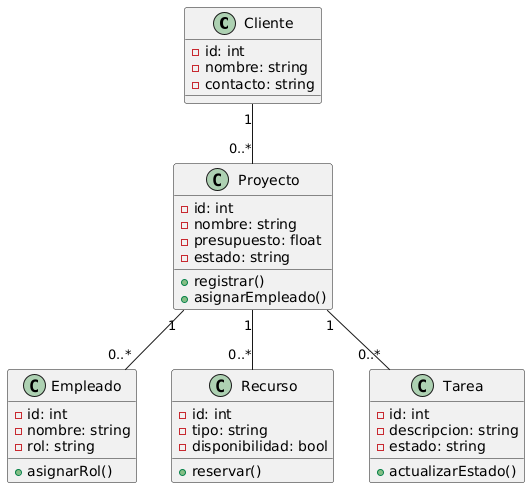
Before: diseño1.png, a diagram exported from PlantUML (santimarM/SistemaProductoraVideos). Its diagram source:
```plantuml
@startuml
class Cliente {
  -id: int
  -nombre: string
  -contacto: string
}

class Proyecto {
  -id: int
  -nombre: string
  -presupuesto: float
  -estado: string
  +registrar()
  +asignarEmpleado()
}

class Empleado {
  -id: int
  -nombre: string
  -rol: string
  +asignarRol()
}

class Recurso {
  -id: int
  -tipo: string
  -disponibilidad: bool
  +reservar()
}

class Tarea {
  -id: int
  -descripcion: string
  -estado: string
  +actualizarEstado()
}

Cliente "1" -- "0..*" Proyecto
Proyecto "1" -- "0..*" Empleado
Proyecto "1" -- "0..*" Tarea
Proyecto "1" -- "0..*" Recurso
@enduml
```
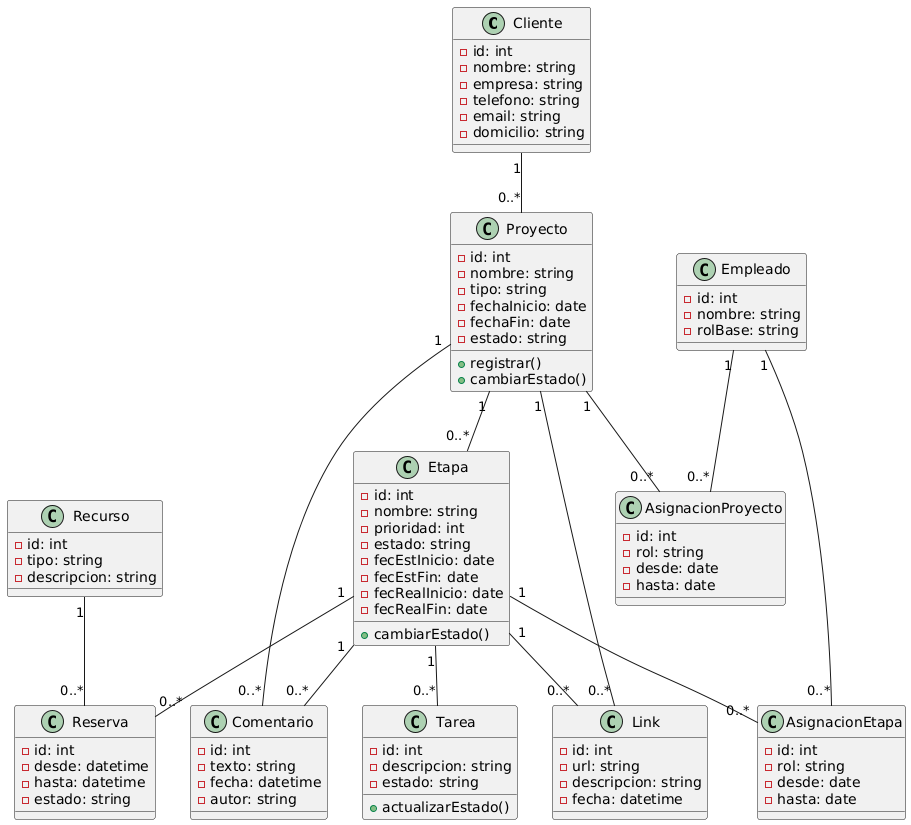
Above is the later version.

The edit, as a diff of the source:
```diff
@@ -2,30 +2,35 @@
 class Cliente {
   -id: int
   -nombre: string
-  -contacto: string
+  -empresa: string
+  -telefono: string
+  -email: string
+  -domicilio: string
 }
+
 
 class Proyecto {
   -id: int
   -nombre: string
-  -presupuesto: float
+  -tipo: string
+  -fechaInicio: date
+  -fechaFin: date
   -estado: string
   +registrar()
-  +asignarEmpleado()
+  +cambiarEstado()
 }
 
-class Empleado {
+
+class Etapa {
   -id: int
   -nombre: string
-  -rol: string
-  +asignarRol()
-}
-
-class Recurso {
-  -id: int
-  -tipo: string
-  -disponibilidad: bool
-  +reservar()
+  -prioridad: int
+  -estado: string
+  -fecEstInicio: date
+  -fecEstFin: date
+  -fecRealInicio: date
+  -fecRealFin: date
+  +cambiarEstado()
 }
 
 class Tarea {
@@ -35,8 +40,79 @@
   +actualizarEstado()
 }
 
+
+class Recurso {
+  -id: int
+  -tipo: string
+  -descripcion: string
+}
+
+class Reserva {
+  -id: int
+  -desde: datetime
+  -hasta: datetime
+  -estado: string
+}
+
+
+class Empleado {
+  -id: int
+  -nombre: string
+  -rolBase: string
+}
+
+class AsignacionProyecto {
+  -id: int
+  -rol: string
+  -desde: date
+  -hasta: date
+}
+
+
+class Comentario {
+  -id: int
+  -texto: string
+  -fecha: datetime
+  -autor: string
+}
+
+
+class Link {
+  -id: int
+  -url: string
+  -descripcion: string
+  -fecha: datetime
+}
+
+
+class AsignacionEtapa {
+  -id: int
+  -rol: string
+  -desde: date
+  -hasta: date
+}
+
+
+
 Cliente "1" -- "0..*" Proyecto
-Proyecto "1" -- "0..*" Empleado
-Proyecto "1" -- "0..*" Tarea
-Proyecto "1" -- "0..*" Recurso
+Proyecto "1" -- "0..*" Etapa
+Etapa "1" -- "0..*" Tarea
+
+
+Proyecto "1" -- "0..*" AsignacionProyecto
+Empleado "1" -- "0..*" AsignacionProyecto
+
+
+Etapa "1" -- "0..*" AsignacionEtapa
+Empleado "1" -- "0..*" AsignacionEtapa
+
+
+Recurso "1" -- "0..*" Reserva
+Etapa "1" -- "0..*" Reserva
+
+
+Proyecto "1" -- "0..*" Comentario
+Etapa "1" -- "0..*" Comentario
+Proyecto "1" -- "0..*" Link
+Etapa "1" -- "0..*" Link
 @enduml
```
